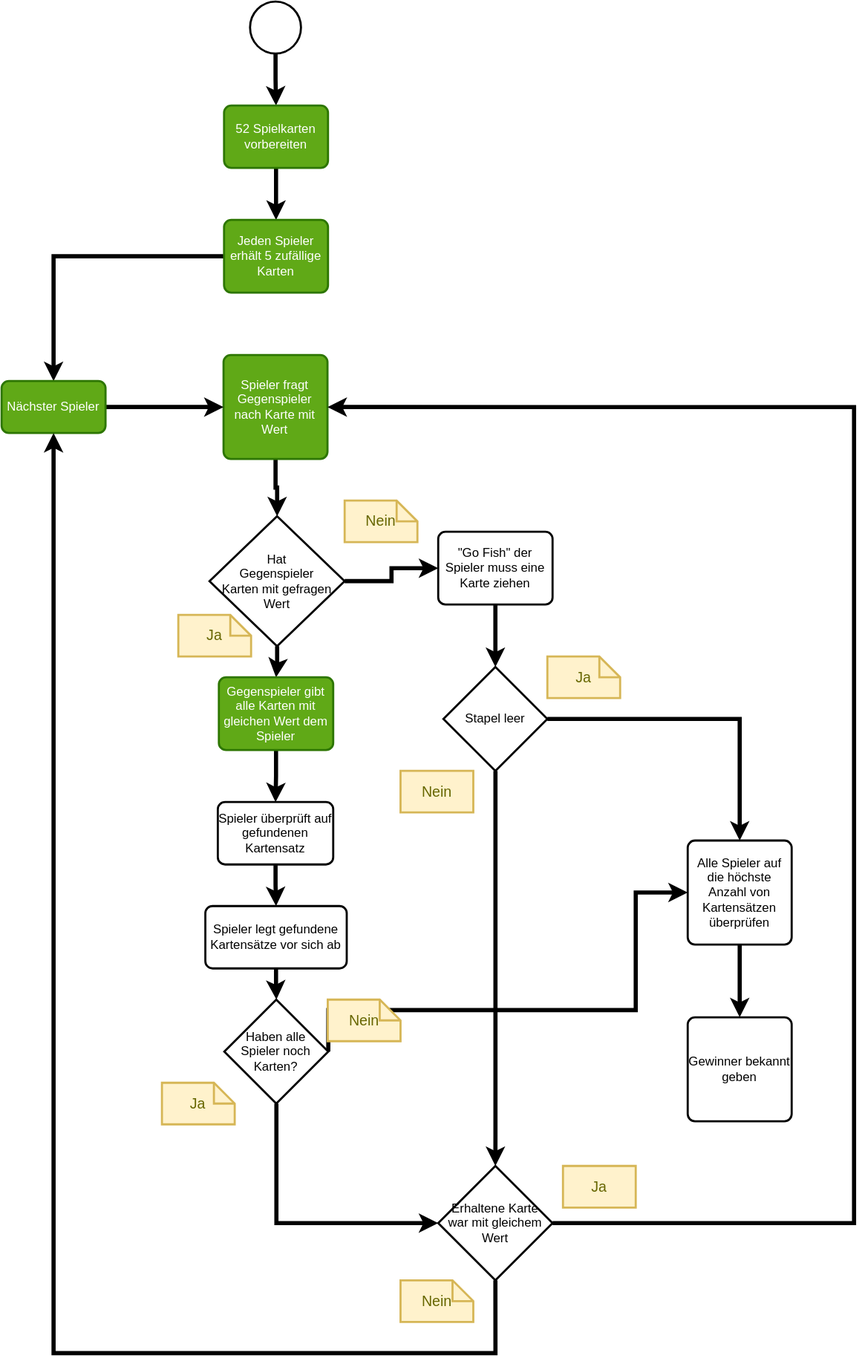
GregorBiswanger/go-fish-core keeps this draw.io diagram as documentation/spielablauf.drawio.svg. Above is the earlier version. Source tidied: cells renumbered, new cells last; positions are measured from the earlier drawing's top-left corner, leaving out a move shared by most shapes.
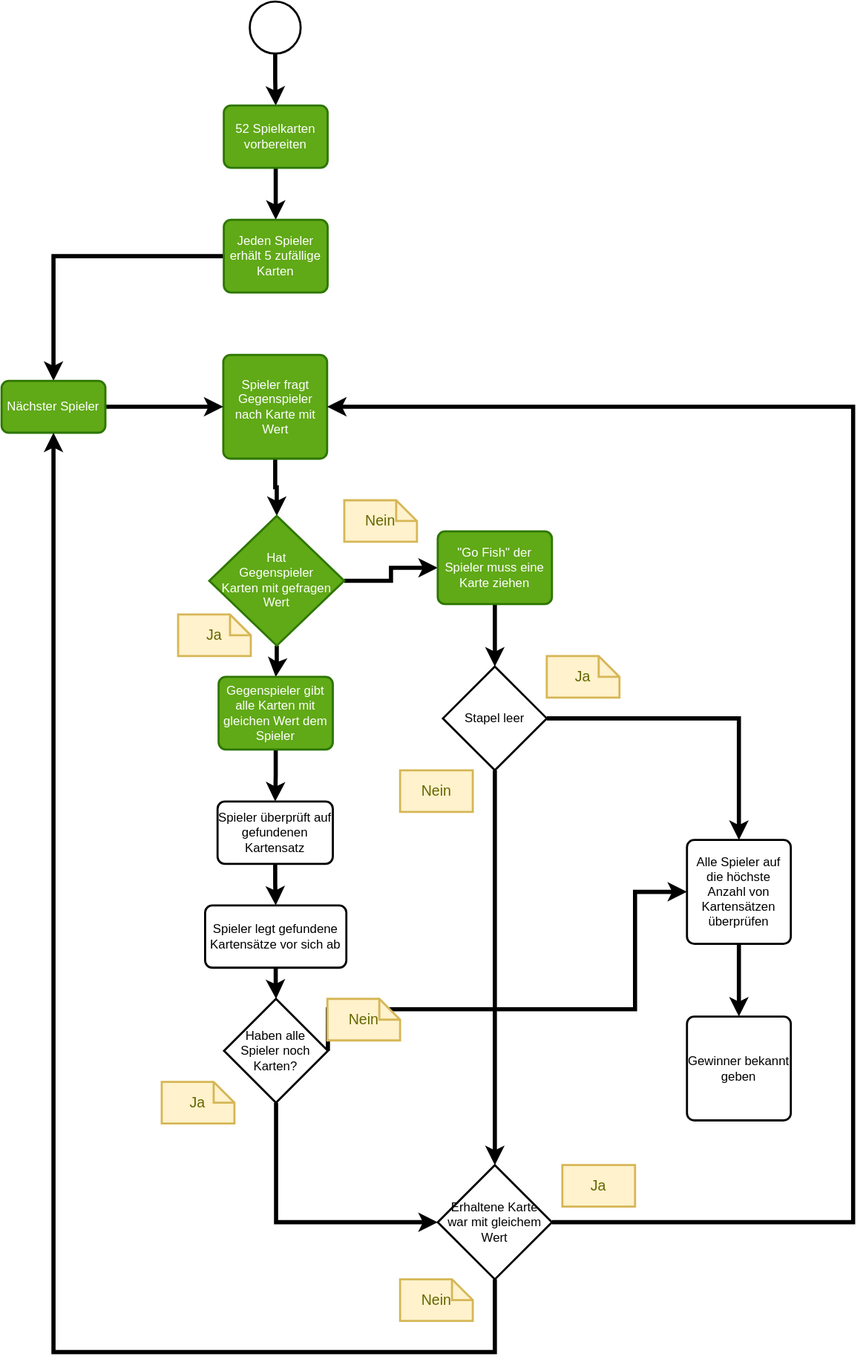
The same diagram one commit later.

Commit message:
Spieler fragt Gegenspieler nach nicht vorhandenen Karten mit Wert, dann ist Spieler fischen gegangen

Change to the diagram source:
```diff
@@ -32,7 +32,7 @@
     <mxCell id="11" style="edgeStyle=orthogonalEdgeStyle;rounded=0;jettySize=auto;html=1;strokeWidth=4;" parent="1" edge="1" source="12" target="20">
       <mxGeometry relative="1" as="geometry" />
     </mxCell>
-    <mxCell id="12" value="Hat&lt;br&gt;Gegenspieler&lt;br&gt;Karten mit gefragen Wert&lt;br&gt;" style="strokeWidth=2;html=1;shape=mxgraph.flowchart.decision;whiteSpace=wrap;" parent="1" vertex="1">
+    <mxCell id="12" value="Hat&lt;br&gt;Gegenspieler&lt;br&gt;Karten mit gefragen Wert&lt;br&gt;" style="strokeWidth=2;html=1;shape=mxgraph.flowchart.decision;whiteSpace=wrap;fillColor=#60a917;strokeColor=#2D7600;fontColor=#ffffff;" parent="1" vertex="1">
       <mxGeometry x="200" y="495" width="130" height="125" as="geometry" />
     </mxCell>
     <mxCell id="13" style="edgeStyle=orthogonalEdgeStyle;rounded=0;jettySize=auto;html=1;strokeWidth=4;" parent="1" edge="1" source="14" target="16">
@@ -56,7 +56,7 @@
     <mxCell id="19" style="edgeStyle=orthogonalEdgeStyle;rounded=0;jettySize=auto;html=1;strokeWidth=4;" parent="1" edge="1" source="20" target="23">
       <mxGeometry relative="1" as="geometry" />
     </mxCell>
-    <mxCell id="20" value="&quot;Go Fish&quot; der Spieler muss eine Karte ziehen" style="rounded=1;whiteSpace=wrap;html=1;absoluteArcSize=1;arcSize=14;strokeWidth=2;" parent="1" vertex="1">
+    <mxCell id="20" value="&quot;Go Fish&quot; der Spieler muss eine Karte ziehen" style="rounded=1;whiteSpace=wrap;html=1;absoluteArcSize=1;arcSize=14;strokeWidth=2;fillColor=#60a917;strokeColor=#2D7600;fontColor=#ffffff;" parent="1" vertex="1">
       <mxGeometry x="420" y="510" width="110" height="70" as="geometry" />
     </mxCell>
     <mxCell id="21" style="edgeStyle=orthogonalEdgeStyle;rounded=0;jettySize=auto;html=1;strokeWidth=4;" parent="1" edge="1" source="23" target="25">
```
